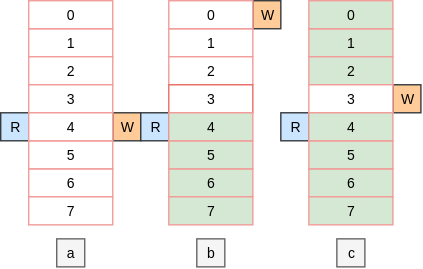
Before: docs/src/buff_lin_write_advance.svg, a diagram exported from draw.io (panzidongfamily/ringbuff_res). Source tidied: cells renumbered, new cells last; positions are measured from the earlier drawing's top-left corner, leaving out a move shared by most shapes.
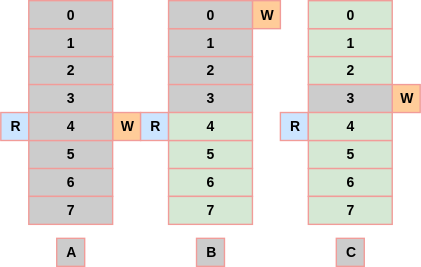
Above is the later version.

Diff of the diagram source:
```diff
@@ -2,103 +2,103 @@
   <root>
     <mxCell id="0" />
     <mxCell id="1" parent="0" />
-    <mxCell id="2" value="R" style="rounded=0;whiteSpace=wrap;html=1;fontSize=10;fillColor=#cce5ff;strokeColor=#36393d;" parent="1" vertex="1">
+    <mxCell id="2" value="R" style="rounded=0;whiteSpace=wrap;html=1;fontSize=10;fillColor=#cce5ff;strokeColor=#F19C99;fontStyle=1;" parent="1" vertex="1">
       <mxGeometry y="80" width="20" height="20" as="geometry" />
     </mxCell>
-    <mxCell id="3" value="W&lt;br&gt;" style="rounded=0;whiteSpace=wrap;html=1;fontSize=10;fillColor=#ffcc99;strokeColor=#36393d;" parent="1" vertex="1">
+    <mxCell id="3" value="W&lt;br&gt;" style="rounded=0;whiteSpace=wrap;html=1;fontSize=10;fillColor=#ffcc99;strokeColor=#F19C99;fontStyle=1;" parent="1" vertex="1">
       <mxGeometry x="80" y="80" width="20" height="20" as="geometry" />
     </mxCell>
-    <mxCell id="4" value="1&lt;br style=&quot;font-size: 10px;&quot;&gt;" style="rounded=0;whiteSpace=wrap;html=1;fontSize=10;fillColor=#ffffff;strokeColor=#F19C99;" parent="1" vertex="1">
+    <mxCell id="4" value="1&lt;br style=&quot;font-size: 10px;&quot;&gt;" style="rounded=0;whiteSpace=wrap;html=1;fontSize=10;fillColor=#CCCCCC;strokeColor=#F19C99;fontStyle=1;" parent="1" vertex="1">
       <mxGeometry x="20" y="20" width="60" height="20" as="geometry" />
     </mxCell>
-    <mxCell id="5" value="2" style="rounded=0;whiteSpace=wrap;html=1;fontSize=10;fillColor=#ffffff;strokeColor=#F19C99;" parent="1" vertex="1">
+    <mxCell id="5" value="2" style="rounded=0;whiteSpace=wrap;html=1;fontSize=10;fillColor=#CCCCCC;strokeColor=#F19C99;fontStyle=1;" parent="1" vertex="1">
       <mxGeometry x="20" y="40" width="60" height="20" as="geometry" />
     </mxCell>
-    <mxCell id="6" value="3" style="rounded=0;whiteSpace=wrap;html=1;fontSize=10;fillColor=#ffffff;strokeColor=#F19C99;" parent="1" vertex="1">
+    <mxCell id="6" value="3" style="rounded=0;whiteSpace=wrap;html=1;fontSize=10;fillColor=#CCCCCC;strokeColor=#F19C99;fontStyle=1;" parent="1" vertex="1">
       <mxGeometry x="20" y="60" width="60" height="20" as="geometry" />
     </mxCell>
-    <mxCell id="7" value="6" style="rounded=0;whiteSpace=wrap;html=1;fontSize=10;fillColor=#ffffff;strokeColor=#F19C99;" parent="1" vertex="1">
+    <mxCell id="7" value="6" style="rounded=0;whiteSpace=wrap;html=1;fontSize=10;fillColor=#CCCCCC;strokeColor=#F19C99;fontStyle=1;" parent="1" vertex="1">
       <mxGeometry x="20" y="120" width="60" height="20" as="geometry" />
     </mxCell>
-    <mxCell id="8" value="5" style="rounded=0;whiteSpace=wrap;html=1;fontSize=10;fillColor=#ffffff;strokeColor=#F19C99;" parent="1" vertex="1">
+    <mxCell id="8" value="5" style="rounded=0;whiteSpace=wrap;html=1;fontSize=10;fillColor=#CCCCCC;strokeColor=#F19C99;fontStyle=1;" parent="1" vertex="1">
       <mxGeometry x="20" y="100" width="60" height="20" as="geometry" />
     </mxCell>
-    <mxCell id="9" value="4" style="rounded=0;whiteSpace=wrap;html=1;fontSize=10;strokeColor=#F19C99;" parent="1" vertex="1">
+    <mxCell id="9" value="4" style="rounded=0;whiteSpace=wrap;html=1;fontSize=10;strokeColor=#F19C99;fontStyle=1;fillColor=#CCCCCC;" parent="1" vertex="1">
       <mxGeometry x="20" y="80" width="60" height="20" as="geometry" />
     </mxCell>
-    <mxCell id="10" value="7" style="rounded=0;whiteSpace=wrap;html=1;fontSize=10;fillColor=#ffffff;strokeColor=#F19C99;" parent="1" vertex="1">
+    <mxCell id="10" value="7" style="rounded=0;whiteSpace=wrap;html=1;fontSize=10;fillColor=#CCCCCC;strokeColor=#F19C99;fontStyle=1;" parent="1" vertex="1">
       <mxGeometry x="20" y="140" width="60" height="20" as="geometry" />
     </mxCell>
-    <mxCell id="11" value="0" style="rounded=0;whiteSpace=wrap;html=1;fontFamily=Arial;fontSize=10;fillColor=#ffffff;strokeColor=#F19C99;" parent="1" vertex="1">
+    <mxCell id="11" value="0" style="rounded=0;whiteSpace=wrap;html=1;fontFamily=Arial;fontSize=10;fillColor=#CCCCCC;strokeColor=#F19C99;fontStyle=1;" parent="1" vertex="1">
       <mxGeometry x="20" width="60" height="20" as="geometry" />
     </mxCell>
-    <mxCell id="12" value="a" style="rounded=0;whiteSpace=wrap;html=1;fontSize=10;fillColor=#f5f5f5;strokeColor=#666666;" parent="1" vertex="1">
+    <mxCell id="12" value="A" style="rounded=0;whiteSpace=wrap;html=1;fontSize=10;fillColor=#CCCCCC;strokeColor=#F19C99;fontStyle=1;" parent="1" vertex="1">
       <mxGeometry x="40" y="170" width="20" height="20" as="geometry" />
     </mxCell>
-    <mxCell id="13" value="R" style="rounded=0;whiteSpace=wrap;html=1;fontSize=10;fillColor=#cce5ff;strokeColor=#36393d;" parent="1" vertex="1">
+    <mxCell id="13" value="R" style="rounded=0;whiteSpace=wrap;html=1;fontSize=10;fillColor=#cce5ff;strokeColor=#F19C99;fontStyle=1;" parent="1" vertex="1">
       <mxGeometry x="100" y="80" width="20" height="20" as="geometry" />
     </mxCell>
-    <mxCell id="14" value="W&lt;br&gt;" style="rounded=0;whiteSpace=wrap;html=1;fontSize=10;fillColor=#ffcc99;strokeColor=#36393d;" parent="1" vertex="1">
+    <mxCell id="14" value="W&lt;br&gt;" style="rounded=0;whiteSpace=wrap;html=1;fontSize=10;fillColor=#ffcc99;strokeColor=#F19C99;fontStyle=1;" parent="1" vertex="1">
       <mxGeometry x="180" width="20" height="20" as="geometry" />
     </mxCell>
-    <mxCell id="15" value="1&lt;br style=&quot;font-size: 10px;&quot;&gt;" style="rounded=0;whiteSpace=wrap;html=1;fontSize=10;fillColor=#ffffff;strokeColor=#F19C99;" parent="1" vertex="1">
+    <mxCell id="15" value="1&lt;br style=&quot;font-size: 10px;&quot;&gt;" style="rounded=0;whiteSpace=wrap;html=1;fontSize=10;fillColor=#CCCCCC;strokeColor=#F19C99;fontStyle=1;" parent="1" vertex="1">
       <mxGeometry x="120" y="20" width="60" height="20" as="geometry" />
     </mxCell>
-    <mxCell id="16" value="2" style="rounded=0;whiteSpace=wrap;html=1;fontSize=10;fillColor=#ffffff;strokeColor=#F19C99;" parent="1" vertex="1">
+    <mxCell id="16" value="2" style="rounded=0;whiteSpace=wrap;html=1;fontSize=10;fillColor=#CCCCCC;strokeColor=#F19C99;fontStyle=1;" parent="1" vertex="1">
       <mxGeometry x="120" y="40" width="60" height="20" as="geometry" />
     </mxCell>
-    <mxCell id="17" value="3" style="rounded=0;whiteSpace=wrap;html=1;fontSize=10;fillColor=#ffffff;strokeColor=#EA6B66;" parent="1" vertex="1">
+    <mxCell id="17" value="3" style="rounded=0;whiteSpace=wrap;html=1;fontSize=10;fillColor=#CCCCCC;strokeColor=#F19C99;fontStyle=1;" parent="1" vertex="1">
       <mxGeometry x="120" y="60" width="60" height="20" as="geometry" />
     </mxCell>
-    <mxCell id="18" value="6" style="rounded=0;whiteSpace=wrap;html=1;fontSize=10;fillColor=#d5e8d4;strokeColor=#F19C99;" parent="1" vertex="1">
+    <mxCell id="18" value="6" style="rounded=0;whiteSpace=wrap;html=1;fontSize=10;fillColor=#d5e8d4;strokeColor=#F19C99;fontStyle=1;" parent="1" vertex="1">
       <mxGeometry x="120" y="120" width="60" height="20" as="geometry" />
     </mxCell>
-    <mxCell id="19" value="5" style="rounded=0;whiteSpace=wrap;html=1;fontSize=10;fillColor=#d5e8d4;strokeColor=#F19C99;" parent="1" vertex="1">
+    <mxCell id="19" value="5" style="rounded=0;whiteSpace=wrap;html=1;fontSize=10;fillColor=#d5e8d4;strokeColor=#F19C99;fontStyle=1;" parent="1" vertex="1">
       <mxGeometry x="120" y="100" width="60" height="20" as="geometry" />
     </mxCell>
-    <mxCell id="20" value="4" style="rounded=0;whiteSpace=wrap;html=1;fontSize=10;fillColor=#d5e8d4;strokeColor=#F19C99;" parent="1" vertex="1">
+    <mxCell id="20" value="4" style="rounded=0;whiteSpace=wrap;html=1;fontSize=10;fillColor=#d5e8d4;strokeColor=#F19C99;fontStyle=1;" parent="1" vertex="1">
       <mxGeometry x="120" y="80" width="60" height="20" as="geometry" />
     </mxCell>
-    <mxCell id="21" value="7" style="rounded=0;whiteSpace=wrap;html=1;fontSize=10;fillColor=#d5e8d4;strokeColor=#F19C99;" parent="1" vertex="1">
+    <mxCell id="21" value="7" style="rounded=0;whiteSpace=wrap;html=1;fontSize=10;fillColor=#d5e8d4;strokeColor=#F19C99;fontStyle=1;" parent="1" vertex="1">
       <mxGeometry x="120" y="140" width="60" height="20" as="geometry" />
     </mxCell>
-    <mxCell id="22" value="0" style="rounded=0;whiteSpace=wrap;html=1;fontFamily=Arial;fontSize=10;fillColor=#ffffff;strokeColor=#F19C99;" parent="1" vertex="1">
+    <mxCell id="22" value="0" style="rounded=0;whiteSpace=wrap;html=1;fontFamily=Arial;fontSize=10;fillColor=#CCCCCC;strokeColor=#F19C99;fontStyle=1;" parent="1" vertex="1">
       <mxGeometry x="120" width="60" height="20" as="geometry" />
     </mxCell>
-    <mxCell id="23" value="b" style="rounded=0;whiteSpace=wrap;html=1;fontSize=10;fillColor=#f5f5f5;strokeColor=#666666;" parent="1" vertex="1">
+    <mxCell id="23" value="B" style="rounded=0;whiteSpace=wrap;html=1;fontSize=10;fillColor=#CCCCCC;strokeColor=#F19C99;fontStyle=1;" parent="1" vertex="1">
       <mxGeometry x="140" y="170" width="20" height="20" as="geometry" />
     </mxCell>
-    <mxCell id="24" value="R" style="rounded=0;whiteSpace=wrap;html=1;fontSize=10;fillColor=#cce5ff;strokeColor=#36393d;" parent="1" vertex="1">
+    <mxCell id="24" value="R" style="rounded=0;whiteSpace=wrap;html=1;fontSize=10;fillColor=#cce5ff;strokeColor=#F19C99;fontStyle=1;" parent="1" vertex="1">
       <mxGeometry x="200" y="80" width="20" height="20" as="geometry" />
     </mxCell>
-    <mxCell id="25" value="W&lt;br&gt;" style="rounded=0;whiteSpace=wrap;html=1;fontSize=10;fillColor=#ffcc99;strokeColor=#36393d;" parent="1" vertex="1">
+    <mxCell id="25" value="W&lt;br&gt;" style="rounded=0;whiteSpace=wrap;html=1;fontSize=10;fillColor=#ffcc99;strokeColor=#F19C99;fontStyle=1;" parent="1" vertex="1">
       <mxGeometry x="280" y="60" width="20" height="20" as="geometry" />
     </mxCell>
-    <mxCell id="26" value="1&lt;br style=&quot;font-size: 10px;&quot;&gt;" style="rounded=0;whiteSpace=wrap;html=1;fontSize=10;fillColor=#d5e8d4;strokeColor=#F19C99;" parent="1" vertex="1">
+    <mxCell id="26" value="1&lt;br style=&quot;font-size: 10px;&quot;&gt;" style="rounded=0;whiteSpace=wrap;html=1;fontSize=10;fillColor=#d5e8d4;strokeColor=#F19C99;fontStyle=1;" parent="1" vertex="1">
       <mxGeometry x="220" y="20" width="60" height="20" as="geometry" />
     </mxCell>
-    <mxCell id="27" value="2" style="rounded=0;whiteSpace=wrap;html=1;fontSize=10;fillColor=#d5e8d4;strokeColor=#F19C99;" parent="1" vertex="1">
+    <mxCell id="27" value="2" style="rounded=0;whiteSpace=wrap;html=1;fontSize=10;fillColor=#d5e8d4;strokeColor=#F19C99;fontStyle=1;" parent="1" vertex="1">
       <mxGeometry x="220" y="40" width="60" height="20" as="geometry" />
     </mxCell>
-    <mxCell id="28" value="3" style="rounded=0;whiteSpace=wrap;html=1;fontSize=10;fillColor=#ffffff;strokeColor=#F19C99;" parent="1" vertex="1">
+    <mxCell id="28" value="3" style="rounded=0;whiteSpace=wrap;html=1;fontSize=10;fillColor=#CCCCCC;strokeColor=#F19C99;fontStyle=1;" parent="1" vertex="1">
       <mxGeometry x="220" y="60" width="60" height="20" as="geometry" />
     </mxCell>
-    <mxCell id="29" value="6" style="rounded=0;whiteSpace=wrap;html=1;fontSize=10;fillColor=#d5e8d4;strokeColor=#F19C99;" parent="1" vertex="1">
+    <mxCell id="29" value="6" style="rounded=0;whiteSpace=wrap;html=1;fontSize=10;fillColor=#d5e8d4;strokeColor=#F19C99;fontStyle=1;" parent="1" vertex="1">
       <mxGeometry x="220" y="120" width="60" height="20" as="geometry" />
     </mxCell>
-    <mxCell id="30" value="5" style="rounded=0;whiteSpace=wrap;html=1;fontSize=10;fillColor=#d5e8d4;strokeColor=#F19C99;" parent="1" vertex="1">
+    <mxCell id="30" value="5" style="rounded=0;whiteSpace=wrap;html=1;fontSize=10;fillColor=#d5e8d4;strokeColor=#F19C99;fontStyle=1;" parent="1" vertex="1">
       <mxGeometry x="220" y="100" width="60" height="20" as="geometry" />
     </mxCell>
-    <mxCell id="31" value="4" style="rounded=0;whiteSpace=wrap;html=1;fontSize=10;fillColor=#d5e8d4;strokeColor=#F19C99;" parent="1" vertex="1">
+    <mxCell id="31" value="4" style="rounded=0;whiteSpace=wrap;html=1;fontSize=10;fillColor=#d5e8d4;strokeColor=#F19C99;fontStyle=1;" parent="1" vertex="1">
       <mxGeometry x="220" y="80" width="60" height="20" as="geometry" />
     </mxCell>
-    <mxCell id="32" value="7" style="rounded=0;whiteSpace=wrap;html=1;fontSize=10;fillColor=#d5e8d4;strokeColor=#F19C99;" parent="1" vertex="1">
+    <mxCell id="32" value="7" style="rounded=0;whiteSpace=wrap;html=1;fontSize=10;fillColor=#d5e8d4;strokeColor=#F19C99;fontStyle=1;" parent="1" vertex="1">
       <mxGeometry x="220" y="140" width="60" height="20" as="geometry" />
     </mxCell>
-    <mxCell id="33" value="0" style="rounded=0;whiteSpace=wrap;html=1;fontFamily=Arial;fontSize=10;fillColor=#d5e8d4;strokeColor=#F19C99;" parent="1" vertex="1">
+    <mxCell id="33" value="0" style="rounded=0;whiteSpace=wrap;html=1;fontFamily=Arial;fontSize=10;fillColor=#d5e8d4;strokeColor=#F19C99;fontStyle=1;" parent="1" vertex="1">
       <mxGeometry x="220" width="60" height="20" as="geometry" />
     </mxCell>
-    <mxCell id="34" value="c&lt;br&gt;" style="rounded=0;whiteSpace=wrap;html=1;fontSize=10;fillColor=#f5f5f5;strokeColor=#666666;" parent="1" vertex="1">
+    <mxCell id="34" value="C&lt;br&gt;" style="rounded=0;whiteSpace=wrap;html=1;fontSize=10;fillColor=#CCCCCC;strokeColor=#F19C99;fontStyle=1;" parent="1" vertex="1">
       <mxGeometry x="240" y="170" width="20" height="20" as="geometry" />
     </mxCell>
   </root>
```
